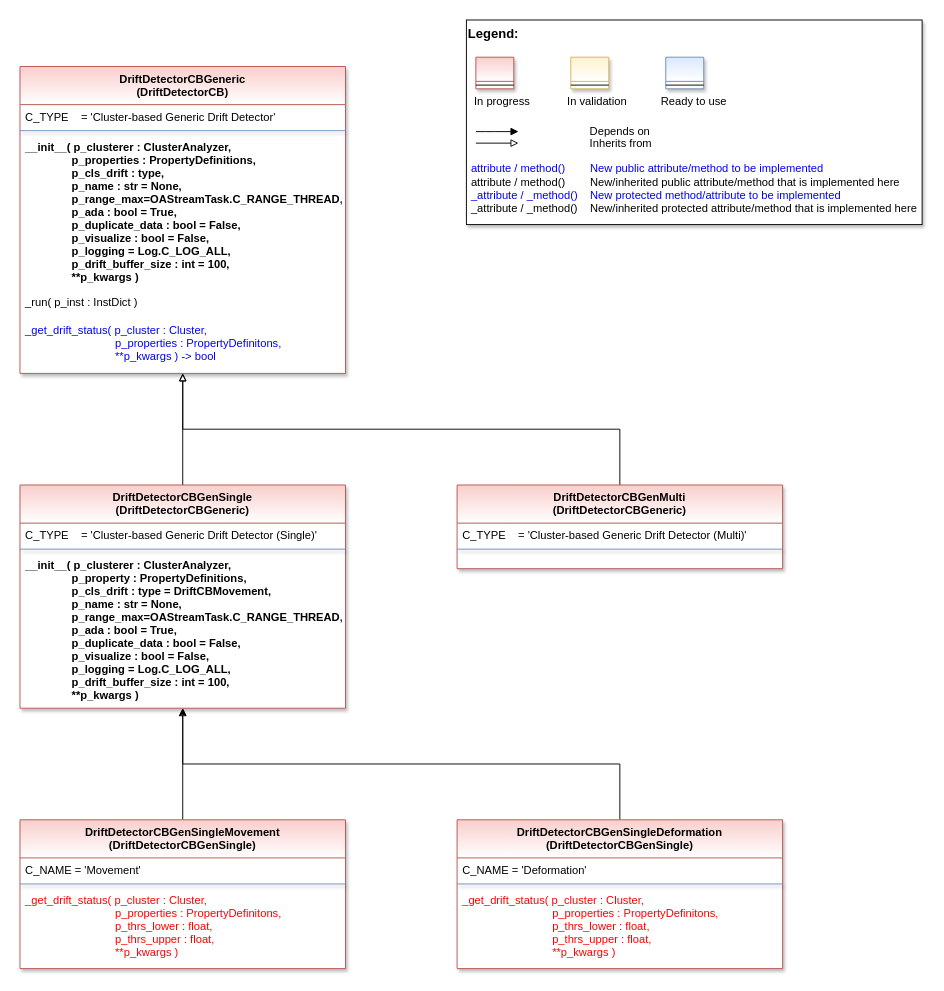
Before: doc/rtd/content/99_appendices/appendix2/sub/mlpro_oa/streams/40_drift_detection/20_cluster_based/generic/images/MLPro-OA-CB-Gen-Drift-Detectors_class_diagram.drawio in fhswf/MLPro, a draw.io diagram. Source tidied: cells renumbered, new cells numbered last; positions are measured from the earlier drawing's top-left corner, leaving out a move shared by most shapes. Both pictures are drawn from the tidied source at 93%, with x=0, y=0 at pixel (20, 20).
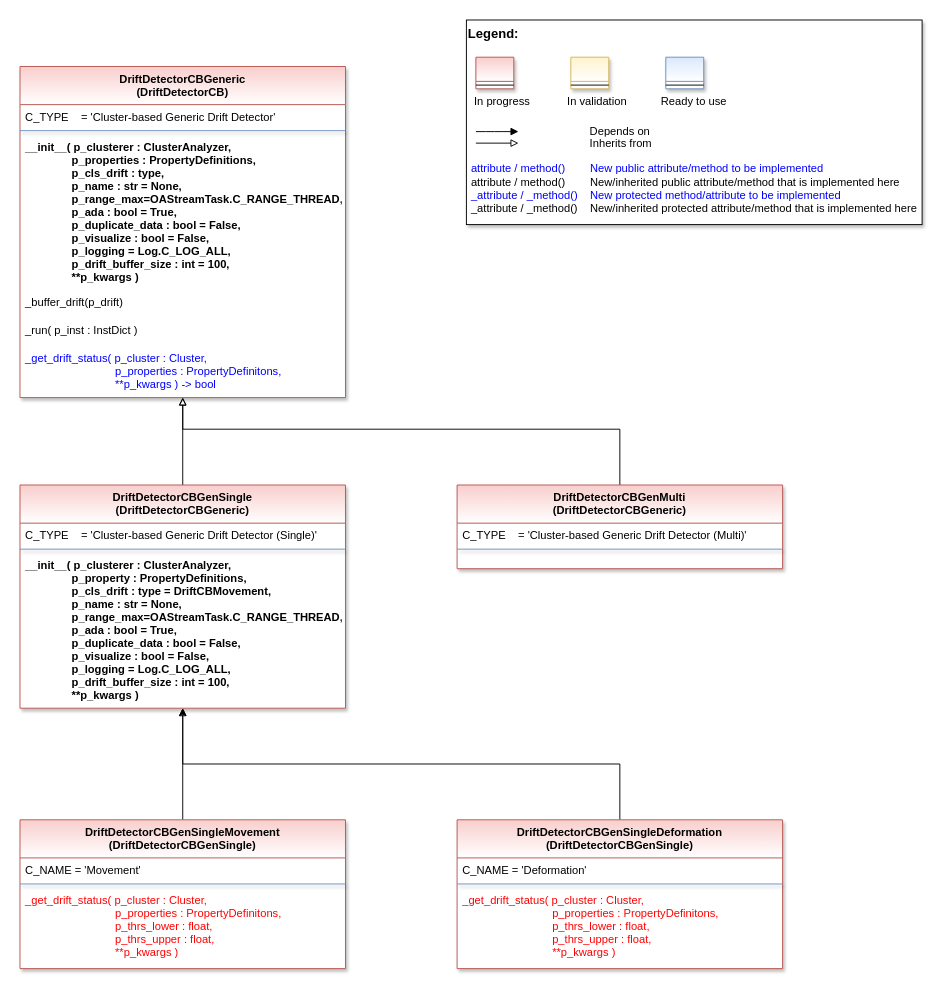
The same page after the edit.

Commit message (it also covers changes not shown here):
OA: New systematics for generic cluster-based drift detection #1139

Diff of the diagram source:
```diff
@@
     <mxCell id="12" value="DriftDetectorCBGeneric&#10;(DriftDetectorCB)" style="swimlane;align=center;verticalAlign=top;horizontal=1;startSize=41;rounded=0;shadow=1;strokeWidth=1;fillColor=#f8cecc;strokeColor=#b85450;swimlaneFillColor=#ffffff;gradientColor=#FFFFFF;" parent="1" vertex="1">
-      <mxGeometry y="50" width="350" height="330" as="geometry" />
+      <mxGeometry y="50" width="350" height="356" as="geometry" />
     </mxCell>
@@
+    <mxCell id="37" value="_buffer_drift(p_drift)" style="text;align=left;verticalAlign=top;spacingLeft=4;spacingRight=4;overflow=hidden;shadow=1;" parent="12" vertex="1">
+      <mxGeometry y="240" width="350" height="30" as="geometry" />
+    </mxCell>
     <mxCell id="16" value="_run( p_inst : InstDict )" style="text;align=left;verticalAlign=top;spacingLeft=4;spacingRight=4;overflow=hidden;shadow=1;" parent="12" vertex="1">
-      <mxGeometry y="240" width="350" height="30" as="geometry" />
+      <mxGeometry y="270" width="350" height="30" as="geometry" />
     </mxCell>
     <mxCell id="17" value="_get_drift_status( p_cluster : Cluster,&#10;                             p_properties : PropertyDefinitons,&#10;                             **p_kwargs ) -&gt; bool" style="text;align=left;verticalAlign=top;spacingLeft=4;spacingRight=4;overflow=hidden;shadow=1;fontColor=#0000FF;" parent="12" vertex="1">
-      <mxGeometry y="270" width="350" height="56" as="geometry" />
+      <mxGeometry y="300" width="350" height="56" as="geometry" />
     </mxCell>
```
